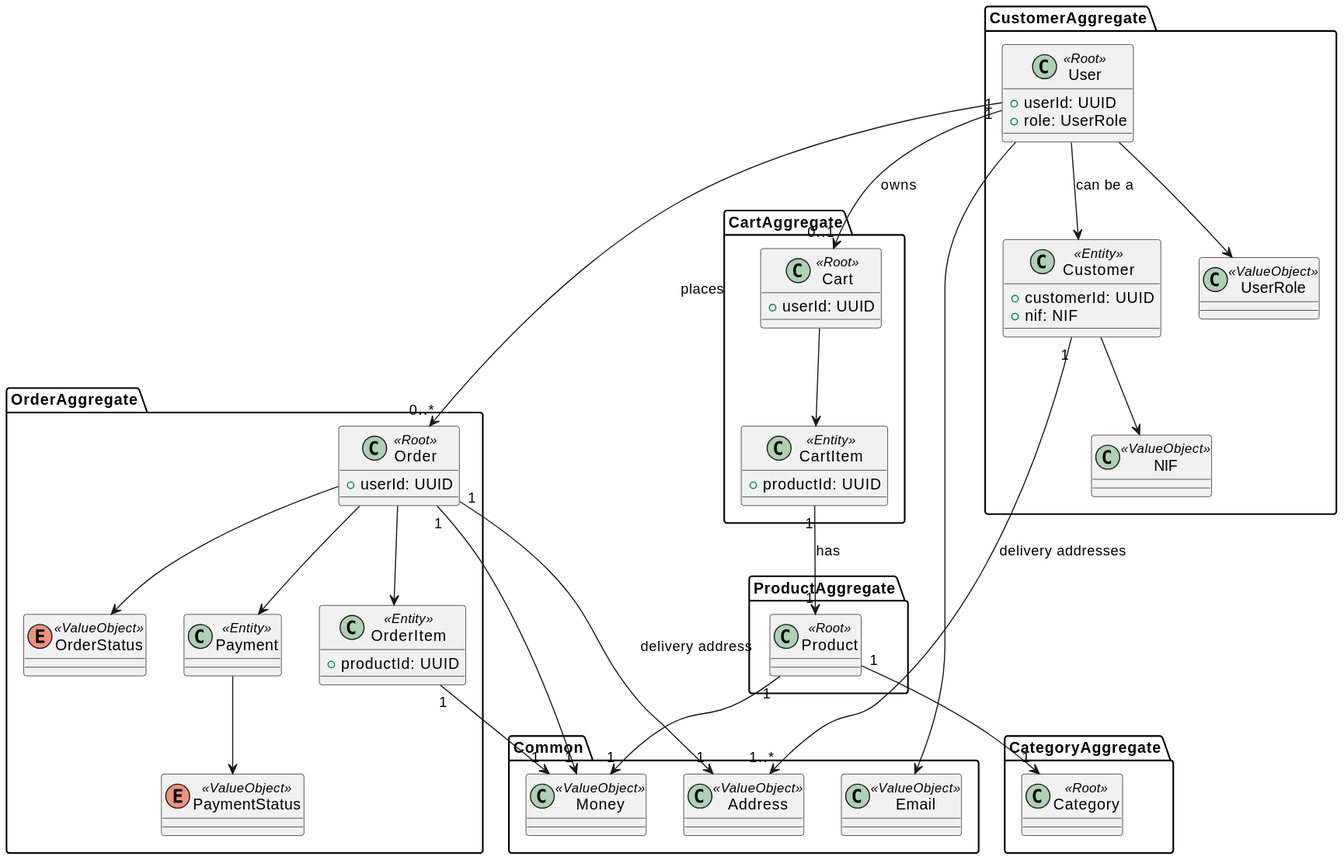
Above: docs/domain_model/DomainModel.svg in mei-desofs/desofs2026-thu_crr_1 (PlantUML), before the change.
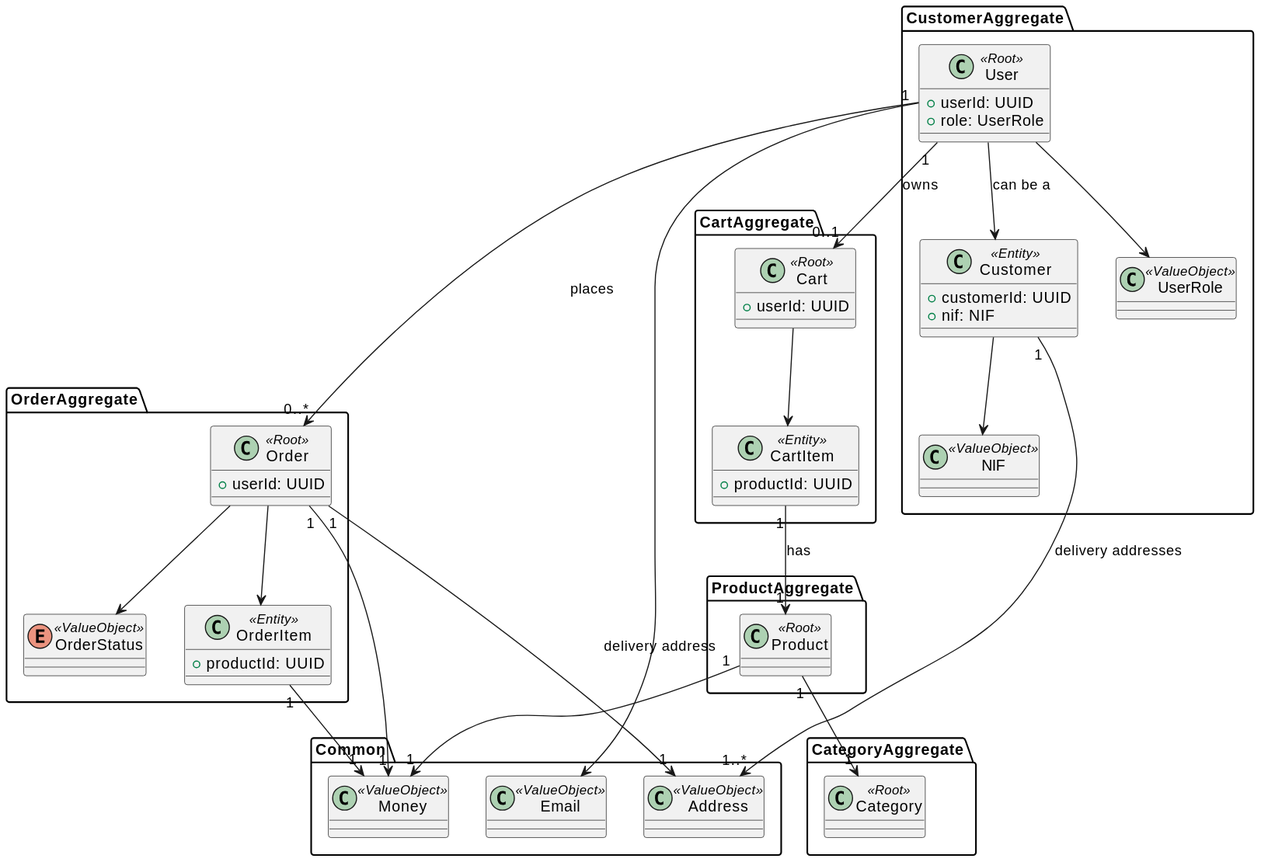
Above is the later version.

Commit message:
docs: update Domain Model (#13)

The edit, as a diff of the source:
```diff
@@ -59,15 +59,10 @@
       +productId: UUID
     }
 
-    class Payment <<Entity>>
-
     enum OrderStatus <<ValueObject>>
-    enum PaymentStatus <<ValueObject>>
 
     Order --> OrderItem
-    Order --> Payment
     Order --> OrderStatus
-    Payment --> PaymentStatus
     Order "1" --> "1" Money
     OrderItem "1" --> "1" Money
     Order "1" --> "1" Address : delivery address
```
